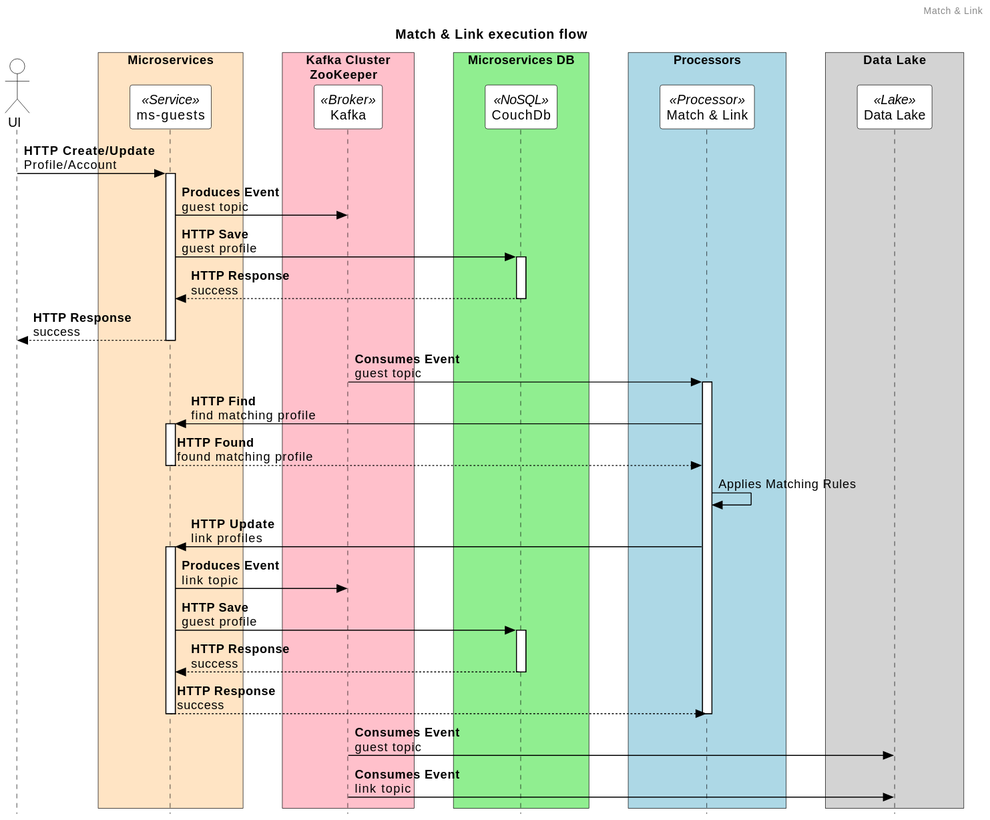
This is dist/assets/sequence/match-link-initial.svg from kaaljabr/presentation, a PlantUML export, as it was before one commit. Source of this version:
```plantuml
@startuml
!include ../include.puml

header Match & Link
title Match & Link execution flow

actor "UI" as ui

box "Microservices" #Bisque
    participant "ms-guests" as ms_guests <<Service>>
end box

box "Kafka Cluster\n ZooKeeper" #Pink
    participant "Kafka" as broker <<Broker>>
end box

box "Microservices DB" #LightGreen
    participant "CouchDb" as couch <<NoSQL>>
end box

box "Processors" #LightBlue
    participant "Match & Link" as match_link <<Processor>>
end box

box "Data Lake" #LightGray
    participant "Data Lake" as data_lake <<Lake>>
end box

ui -> ms_guests : **HTTP Create/Update**\nProfile/Account
activate ms_guests
ms_guests -> broker : **Produces Event**\nguest topic
ms_guests -> couch : **HTTP Save**\nguest profile
activate couch
couch --> ms_guests : **HTTP Response**\nsuccess
deactivate couch
ms_guests --> ui : **HTTP Response**\nsuccess
deactivate ms_guests
broker -> match_link :**Consumes Event**\nguest topic
activate match_link
match_link -> ms_guests :**HTTP Find**\nfind matching profile
activate ms_guests
ms_guests --> match_link : **HTTP Found**\nfound matching profile
deactivate ms_guests
match_link -> match_link : Applies Matching Rules
match_link -> ms_guests : **HTTP Update**\nlink profiles
activate ms_guests
ms_guests -> broker : **Produces Event**\nlink topic
ms_guests -> couch : **HTTP Save**\nguest profile
activate couch
couch --> ms_guests : **HTTP Response**\nsuccess
deactivate couch
ms_guests --> match_link : **HTTP Response**\nsuccess
deactivate ms_guests
deactivate match_link
broker -> data_lake :**Consumes Event**\nguest topic
broker -> data_lake :**Consumes Event**\nlink topic

@enduml
```
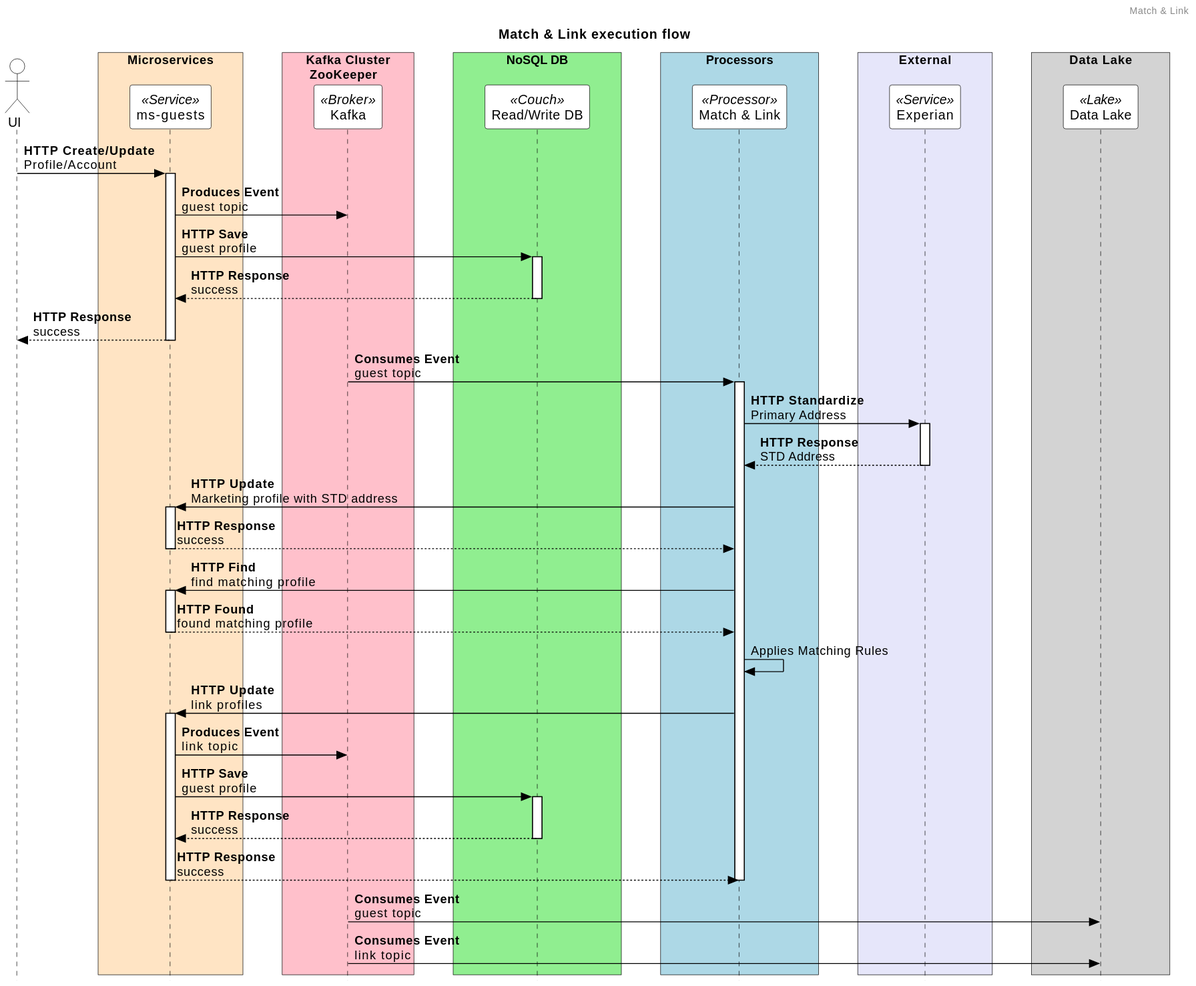
The same diagram one commit later.

What changed in the source:
```diff
@@ -14,12 +14,16 @@
     participant "Kafka" as broker <<Broker>>
 end box
 
-box "Microservices DB" #LightGreen
-    participant "CouchDb" as couch <<NoSQL>>
+box "NoSQL DB" #LightGreen
+    participant "Read/Write DB" as couch <<Couch>>
 end box
 
 box "Processors" #LightBlue
     participant "Match & Link" as match_link <<Processor>>
+end box
+
+box "External" #Lavender
+    participant "Experian" as experian <<Service>>
 end box
 
 box "Data Lake" #LightGray
@@ -37,6 +41,14 @@
 deactivate ms_guests
 broker -> match_link :**Consumes Event**\nguest topic
 activate match_link
+match_link -> experian :**HTTP Standardize**\nPrimary Address
+activate experian
+experian --> match_link :**HTTP Response**\nSTD Address
+deactivate experian
+match_link -> ms_guests :**HTTP Update**\nMarketing profile with STD address
+activate ms_guests
+ms_guests --> match_link :**HTTP Response**\nsuccess
+deactivate ms_guests
 match_link -> ms_guests :**HTTP Find**\nfind matching profile
 activate ms_guests
 ms_guests --> match_link : **HTTP Found**\nfound matching profile
```
